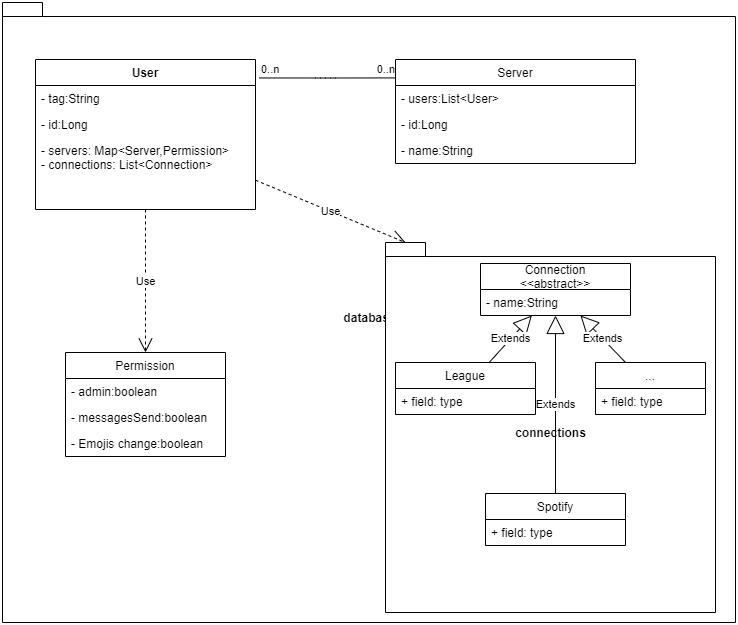
Before: documents/database/data.png, a diagram exported from draw.io (Sowasvonbot/CDB). Source tidied: cells renumbered, new cells last; positions are measured from the earlier drawing's top-left corner, leaving out a move shared by most shapes.
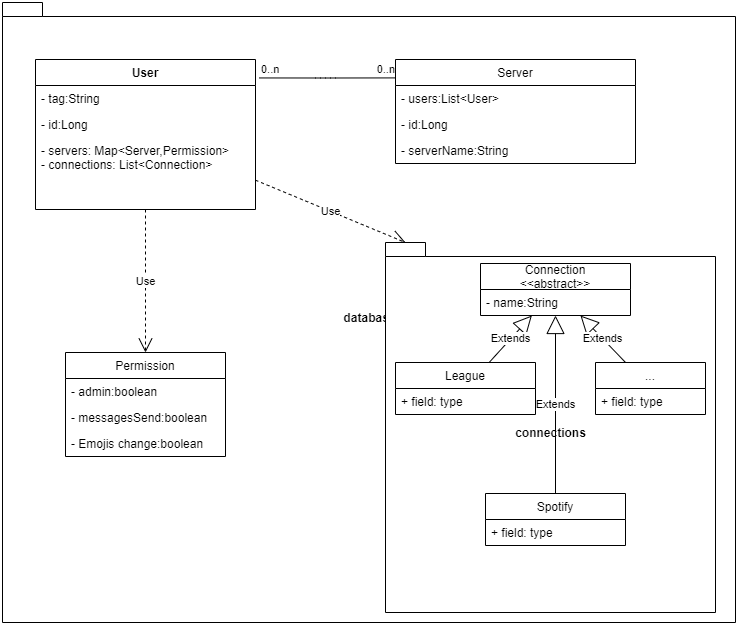
Later version of the same file.

The edit, as a diff of the source:
```diff
@@ -53,7 +53,7 @@
     <mxCell id="18" value="- id:Long" style="text;strokeColor=none;fillColor=none;align=left;verticalAlign=top;spacingLeft=4;spacingRight=4;overflow=hidden;" parent="16" vertex="1">
       <mxGeometry y="52" width="240" height="26" as="geometry" />
     </mxCell>
-    <mxCell id="19" value="- name:String" style="text;strokeColor=none;fillColor=none;align=left;verticalAlign=top;spacingLeft=4;spacingRight=4;overflow=hidden;" parent="16" vertex="1">
+    <mxCell id="19" value="- serverName:String" style="text;strokeColor=none;fillColor=none;align=left;verticalAlign=top;spacingLeft=4;spacingRight=4;overflow=hidden;" parent="16" vertex="1">
       <mxGeometry y="78" width="240" height="26" as="geometry" />
     </mxCell>
     <mxCell id="20" value="Permission" style="swimlane;fontStyle=0;horizontal=1;startSize=26;fillColor=none;" parent="1" vertex="1">
```
